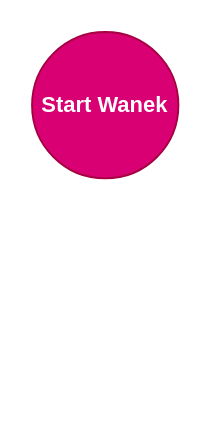
This is Untitled Diagram.drawio from nguyenleduy1996/chatproject, a draw.io file, before an edit. Source tidied: cells renumbered, new cells numbered last; positions are measured from the earlier drawing's top-left corner, leaving out a move shared by most shapes. Both pictures are drawn from the tidied source at 183%, with x=0, y=0 at pixel (31, 31).
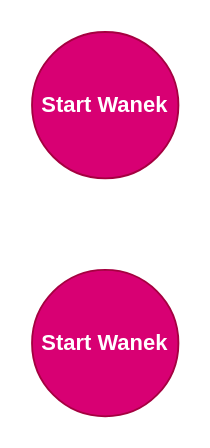
The same page after the edit.

Change to the diagram source:
```diff
@@
 <mxGraphModel>
   <root>
     <mxCell id="0" />
     <mxCell id="1" parent="0" />
     <mxCell id="2" value="&lt;b&gt;Start Wanek&lt;/b&gt;" style="ellipse;whiteSpace=wrap;html=1;fillColor=#d80073;fontColor=#ffffff;strokeColor=#A50040;" parent="1" vertex="1">
       <mxGeometry width="80" height="80" as="geometry" />
     </mxCell>
+    <mxCell id="3" value="&lt;b&gt;Start Wanek&lt;/b&gt;" style="ellipse;whiteSpace=wrap;html=1;fillColor=#d80073;fontColor=#ffffff;strokeColor=#A50040;" parent="1" vertex="1">
+      <mxGeometry y="130" width="80" height="80" as="geometry" />
+    </mxCell>
   </root>
 </mxGraphModel>
```
